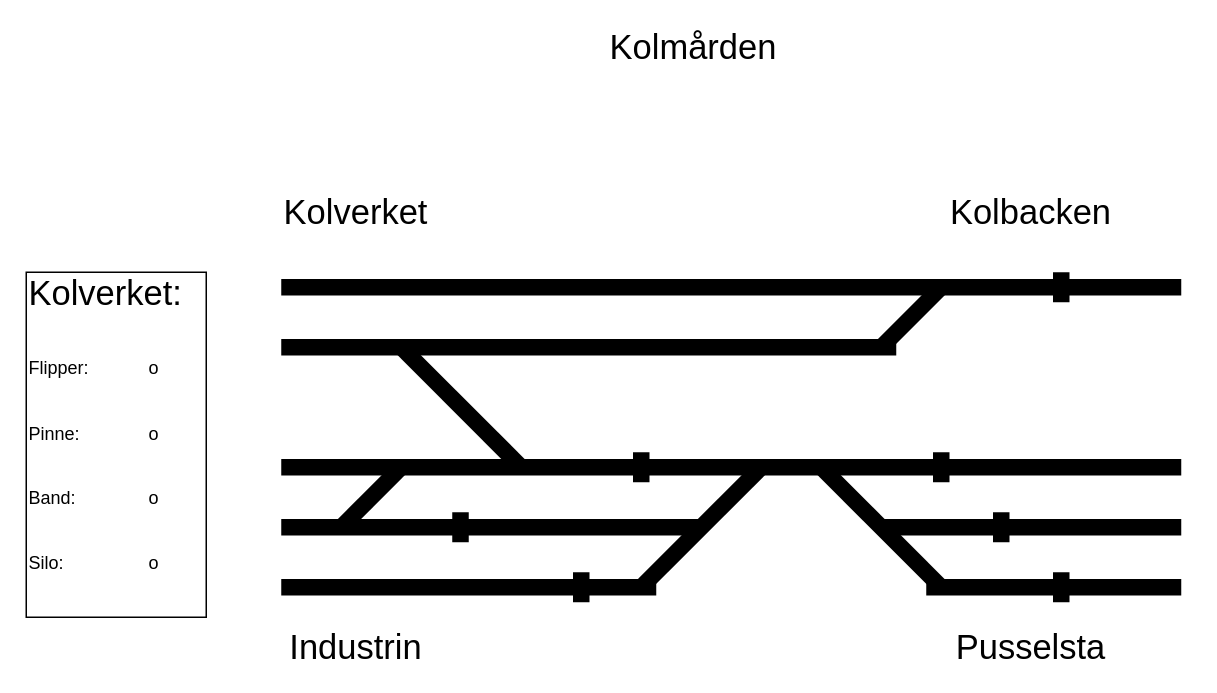
dmiek/TAFwebsite keeps this draw.io diagram as images/Untitled Diagram.drawio. Above is the earlier version. Source tidied: cells renumbered, new cells numbered last; positions are measured from the earlier drawing's top-left corner, leaving out a move shared by most shapes. Both pictures are drawn from the tidied source at 150%, with x=0, y=0 at pixel (26, 32).
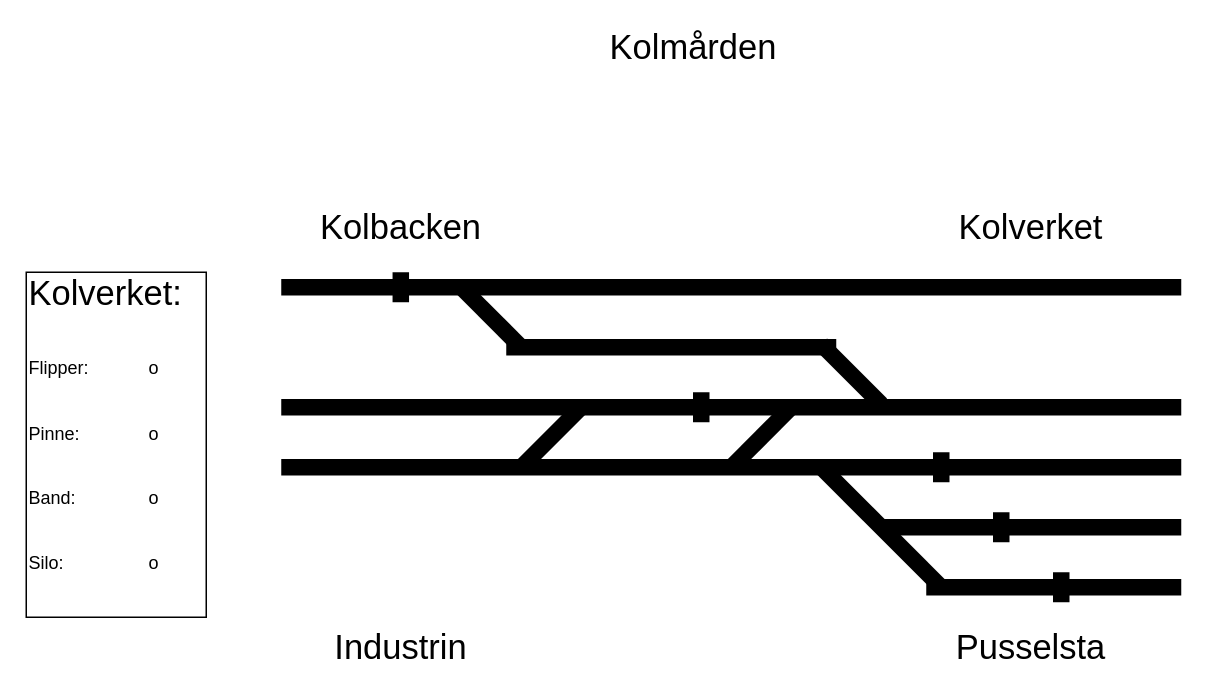
The same page after the edit.

The edit, as a diff of the source:
```diff
@@
     <mxCell id="6" style="endArrow=none;html=1;rounded=0;strokeWidth=11;" parent="1" edge="1">
       <mxGeometry relative="1" as="geometry">
-        <mxPoint x="170" y="210" as="sourcePoint" />
-        <mxPoint x="580" y="210" as="targetPoint" />
+        <mxPoint x="170" y="250" as="sourcePoint" />
+        <mxPoint x="770" y="250" as="targetPoint" />
       </mxGeometry>
     </mxCell>
@@
     <mxCell id="8" style="endArrow=none;html=1;rounded=0;strokeWidth=11;" parent="1" edge="1">
       <mxGeometry relative="1" as="geometry">
-        <mxPoint x="570" y="210" as="sourcePoint" />
-        <mxPoint x="610" y="170" as="targetPoint" />
+        <mxPoint x="570" y="248" as="sourcePoint" />
+        <mxPoint x="530" y="208" as="targetPoint" />
       </mxGeometry>
     </mxCell>
     <mxCell id="9" style="endArrow=none;html=1;rounded=0;strokeWidth=11;" parent="1" edge="1">
       <mxGeometry relative="1" as="geometry">
-        <mxPoint x="250" y="210" as="sourcePoint" />
-        <mxPoint x="330" y="290" as="targetPoint" />
+        <mxPoint x="510" y="250" as="sourcePoint" />
+        <mxPoint x="470" y="290" as="targetPoint" />
       </mxGeometry>
     </mxCell>
     <mxCell id="10" style="endArrow=none;html=1;rounded=0;strokeWidth=11;" parent="1" edge="1">
       <mxGeometry relative="1" as="geometry">
-        <mxPoint x="250" y="290" as="sourcePoint" />
-        <mxPoint x="210" y="330" as="targetPoint" />
+        <mxPoint x="370" y="250" as="sourcePoint" />
+        <mxPoint x="330" y="290" as="targetPoint" />
       </mxGeometry>
     </mxCell>
-    <mxCell id="11" style="endArrow=none;html=1;rounded=0;strokeWidth=11;" parent="1" edge="1">
-      <mxGeometry relative="1" as="geometry">
-        <mxPoint x="490" y="290" as="sourcePoint" />
-        <mxPoint x="410" y="370" as="targetPoint" />
-      </mxGeometry>
-    </mxCell>
-    <mxCell id="12" style="endArrow=none;html=1;rounded=0;strokeWidth=11;" parent="1" edge="1">
-      <mxGeometry relative="1" as="geometry">
-        <mxPoint x="170" y="330" as="sourcePoint" />
-        <mxPoint x="450" y="330" as="targetPoint" />
-      </mxGeometry>
-    </mxCell>
@@
     <mxCell id="14" value="Kolbacken" style="text;html=1;align=center;verticalAlign=middle;whiteSpace=wrap;rounded=0;fontSize=23;" parent="1" vertex="1">
-      <mxGeometry x="600" y="110" width="140" height="20" as="geometry" />
+      <mxGeometry x="180" y="120" width="140" height="20" as="geometry" />
     </mxCell>
     <mxCell id="15" value="Industrin" style="text;html=1;align=center;verticalAlign=middle;whiteSpace=wrap;rounded=0;fontSize=23;" parent="1" vertex="1">
-      <mxGeometry x="150" y="400" width="140" height="20" as="geometry" />
+      <mxGeometry x="180" y="400" width="140" height="20" as="geometry" />
     </mxCell>
-    <mxCell id="16" style="endArrow=none;html=1;rounded=0;strokeWidth=11;" parent="1" edge="1">
-      <mxGeometry relative="1" as="geometry">
-        <mxPoint x="420" y="370" as="sourcePoint" />
-        <mxPoint x="170" y="370" as="targetPoint" />
-      </mxGeometry>
-    </mxCell>
@@
     <mxCell id="19" value="Kolverket" style="text;html=1;align=center;verticalAlign=middle;whiteSpace=wrap;rounded=0;fontSize=23;" parent="1" vertex="1">
-      <mxGeometry x="150" y="110" width="140" height="20" as="geometry" />
+      <mxGeometry x="600" y="120" width="140" height="20" as="geometry" />
     </mxCell>
-    <mxCell id="20" style="endArrow=none;html=1;rounded=0;strokeWidth=11;" parent="1" edge="1">
-      <mxGeometry relative="1" as="geometry">
-        <mxPoint x="410" y="280" as="sourcePoint" />
-        <mxPoint x="410" y="300" as="targetPoint" />
-      </mxGeometry>
-    </mxCell>
@@
-    <mxCell id="24" style="endArrow=none;html=1;rounded=0;strokeWidth=11;" parent="1" edge="1">
-      <mxGeometry relative="1" as="geometry">
-        <mxPoint x="289.5" y="320" as="sourcePoint" />
-        <mxPoint x="289.5" y="340" as="targetPoint" />
-      </mxGeometry>
-    </mxCell>
-    <mxCell id="25" style="endArrow=none;html=1;rounded=0;strokeWidth=11;" parent="1" edge="1">
-      <mxGeometry relative="1" as="geometry">
-        <mxPoint x="690" y="160" as="sourcePoint" />
-        <mxPoint x="690" y="180" as="targetPoint" />
-      </mxGeometry>
-    </mxCell>
-    <mxCell id="26" style="endArrow=none;html=1;rounded=0;strokeWidth=11;" parent="1" edge="1">
-      <mxGeometry relative="1" as="geometry">
-        <mxPoint x="370" y="360" as="sourcePoint" />
-        <mxPoint x="370" y="380" as="targetPoint" />
-      </mxGeometry>
-    </mxCell>
+    <mxCell id="27" style="endArrow=none;html=1;rounded=0;strokeWidth=11;" parent="1" edge="1">
+      <mxGeometry relative="1" as="geometry">
+        <mxPoint x="320" y="210" as="sourcePoint" />
+        <mxPoint x="540" y="210" as="targetPoint" />
+      </mxGeometry>
+    </mxCell>
+    <mxCell id="28" style="endArrow=none;html=1;rounded=0;strokeWidth=11;" parent="1" edge="1">
+      <mxGeometry relative="1" as="geometry">
+        <mxPoint x="330" y="210" as="sourcePoint" />
+        <mxPoint x="290" y="170" as="targetPoint" />
+      </mxGeometry>
+    </mxCell>
+    <mxCell id="29" style="endArrow=none;html=1;rounded=0;strokeWidth=11;" parent="1" edge="1">
+      <mxGeometry relative="1" as="geometry">
+        <mxPoint x="450" y="240" as="sourcePoint" />
+        <mxPoint x="450" y="260" as="targetPoint" />
+      </mxGeometry>
+    </mxCell>
+    <mxCell id="30" style="endArrow=none;html=1;rounded=0;strokeWidth=11;" parent="1" edge="1">
+      <mxGeometry relative="1" as="geometry">
+        <mxPoint x="249.7" y="160" as="sourcePoint" />
+        <mxPoint x="249.7" y="180" as="targetPoint" />
+      </mxGeometry>
+    </mxCell>
```
